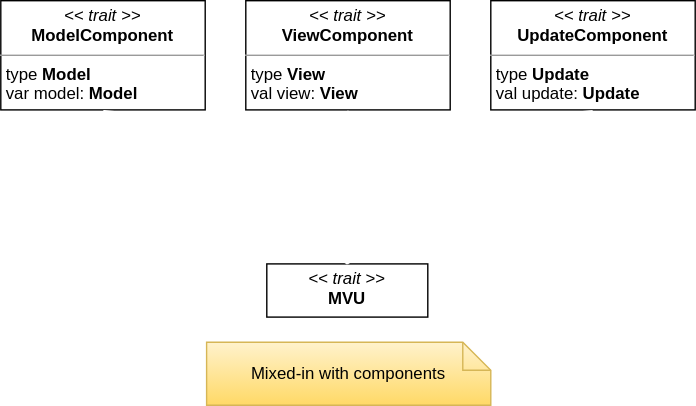
Above: doc/diagrams/mvu/mvu-detailed.svg in Mala1180/PPS-22-satify (draw.io), before the change. Source tidied: cells renumbered, new cells last; positions are measured from the earlier drawing's top-left corner, leaving out a move shared by most shapes.
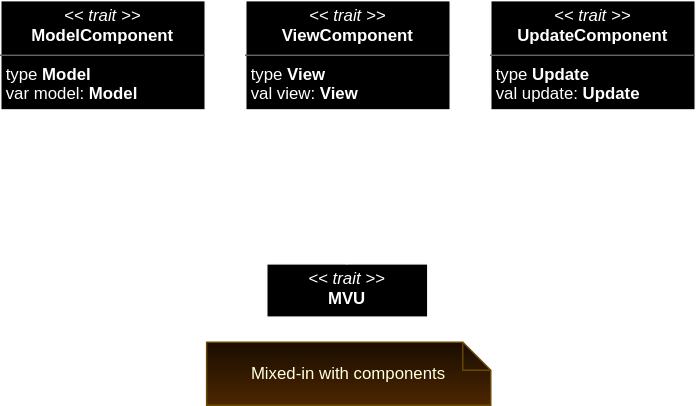
After the change.

What changed in the source:
```diff
@@ -2,28 +2,28 @@
   <root>
     <mxCell id="0" />
     <mxCell id="1" parent="0" />
-    <mxCell id="2" value="&lt;p style=&quot;margin:0px;margin-top:4px;text-align:center;&quot;&gt;&lt;i&gt;&amp;lt;&amp;lt; trait &amp;gt;&amp;gt;&lt;/i&gt;&lt;br&gt;&lt;b&gt;ModelComponent&lt;/b&gt;&lt;br&gt;&lt;/p&gt;&lt;hr size=&quot;1&quot;&gt;&lt;p style=&quot;margin:0px;margin-left:4px;&quot;&gt;type &lt;b&gt;Model&lt;/b&gt;&lt;/p&gt;&lt;p style=&quot;margin:0px;margin-left:4px;&quot;&gt;var model: &lt;b&gt;Model&lt;/b&gt;&lt;/p&gt;" style="verticalAlign=top;align=left;overflow=fill;fontSize=12;fontFamily=Helvetica;html=1;whiteSpace=wrap;rounded=0;" parent="1" vertex="1">
+    <mxCell id="2" value="&lt;p style=&quot;margin:0px;margin-top:4px;text-align:center;&quot;&gt;&lt;i&gt;&amp;lt;&amp;lt; trait &amp;gt;&amp;gt;&lt;/i&gt;&lt;br&gt;&lt;b&gt;ModelComponent&lt;/b&gt;&lt;br&gt;&lt;/p&gt;&lt;hr size=&quot;1&quot;&gt;&lt;p style=&quot;margin:0px;margin-left:4px;&quot;&gt;type &lt;b&gt;Model&lt;/b&gt;&lt;/p&gt;&lt;p style=&quot;margin:0px;margin-left:4px;&quot;&gt;var model: &lt;b&gt;Model&lt;/b&gt;&lt;/p&gt;" style="verticalAlign=top;align=left;overflow=fill;fontSize=12;fontFamily=Helvetica;html=1;whiteSpace=wrap;" parent="1" vertex="1">
       <mxGeometry width="146" height="78" as="geometry" />
     </mxCell>
-    <mxCell id="3" value="&lt;p style=&quot;margin:0px;margin-top:4px;text-align:center;&quot;&gt;&lt;i&gt;&amp;lt;&amp;lt; trait &amp;gt;&amp;gt;&lt;/i&gt;&lt;br&gt;&lt;b&gt;ViewComponent&lt;/b&gt;&lt;br&gt;&lt;/p&gt;&lt;hr size=&quot;1&quot;&gt;&lt;p style=&quot;margin:0px;margin-left:4px;&quot;&gt;type &lt;b&gt;View&lt;/b&gt;&lt;/p&gt;&lt;p style=&quot;margin:0px;margin-left:4px;&quot;&gt;val view: &lt;b&gt;View&lt;/b&gt;&lt;/p&gt;" style="verticalAlign=top;align=left;overflow=fill;fontSize=12;fontFamily=Helvetica;html=1;whiteSpace=wrap;rounded=0;" parent="1" vertex="1">
+    <mxCell id="3" value="&lt;p style=&quot;margin:0px;margin-top:4px;text-align:center;&quot;&gt;&lt;i&gt;&amp;lt;&amp;lt; trait &amp;gt;&amp;gt;&lt;/i&gt;&lt;br&gt;&lt;b&gt;ViewComponent&lt;/b&gt;&lt;br&gt;&lt;/p&gt;&lt;hr size=&quot;1&quot;&gt;&lt;p style=&quot;margin:0px;margin-left:4px;&quot;&gt;type &lt;b&gt;View&lt;/b&gt;&lt;/p&gt;&lt;p style=&quot;margin:0px;margin-left:4px;&quot;&gt;val view: &lt;b&gt;View&lt;/b&gt;&lt;/p&gt;" style="verticalAlign=top;align=left;overflow=fill;fontSize=12;fontFamily=Helvetica;html=1;whiteSpace=wrap;" parent="1" vertex="1">
       <mxGeometry x="175" width="146" height="78" as="geometry" />
     </mxCell>
-    <mxCell id="4" value="&lt;p style=&quot;margin:0px;margin-top:4px;text-align:center;&quot;&gt;&lt;i&gt;&amp;lt;&amp;lt; trait &amp;gt;&amp;gt;&lt;/i&gt;&lt;br&gt;&lt;b&gt;UpdateComponent&lt;/b&gt;&lt;br&gt;&lt;/p&gt;&lt;hr size=&quot;1&quot;&gt;&lt;p style=&quot;margin:0px;margin-left:4px;&quot;&gt;type &lt;b&gt;Update&lt;/b&gt;&lt;/p&gt;&lt;p style=&quot;margin:0px;margin-left:4px;&quot;&gt;val update: &lt;b&gt;Update&lt;/b&gt;&lt;/p&gt;" style="verticalAlign=top;align=left;overflow=fill;fontSize=12;fontFamily=Helvetica;html=1;whiteSpace=wrap;rounded=0;" parent="1" vertex="1">
+    <mxCell id="4" value="&lt;p style=&quot;margin:0px;margin-top:4px;text-align:center;&quot;&gt;&lt;i&gt;&amp;lt;&amp;lt; trait &amp;gt;&amp;gt;&lt;/i&gt;&lt;br&gt;&lt;b&gt;UpdateComponent&lt;/b&gt;&lt;br&gt;&lt;/p&gt;&lt;hr size=&quot;1&quot;&gt;&lt;p style=&quot;margin:0px;margin-left:4px;&quot;&gt;type &lt;b&gt;Update&lt;/b&gt;&lt;/p&gt;&lt;p style=&quot;margin:0px;margin-left:4px;&quot;&gt;val update: &lt;b&gt;Update&lt;/b&gt;&lt;/p&gt;" style="verticalAlign=top;align=left;overflow=fill;fontSize=12;fontFamily=Helvetica;html=1;whiteSpace=wrap;" parent="1" vertex="1">
       <mxGeometry x="350" width="146" height="78" as="geometry" />
     </mxCell>
-    <mxCell id="5" value="&lt;p style=&quot;margin:0px;margin-top:4px;text-align:center;&quot;&gt;&lt;i&gt;&amp;lt;&amp;lt; trait &amp;gt;&amp;gt;&lt;/i&gt;&lt;br&gt;&lt;b&gt;MVU&lt;/b&gt;&lt;br&gt;&lt;/p&gt;&lt;p style=&quot;margin:0px;margin-left:4px;&quot;&gt;&lt;br&gt;&lt;/p&gt;" style="verticalAlign=top;align=left;overflow=fill;fontSize=12;fontFamily=Helvetica;html=1;whiteSpace=wrap;rounded=0;" parent="1" vertex="1">
+    <mxCell id="5" value="&lt;p style=&quot;margin:0px;margin-top:4px;text-align:center;&quot;&gt;&lt;i&gt;&amp;lt;&amp;lt; trait &amp;gt;&amp;gt;&lt;/i&gt;&lt;br&gt;&lt;b&gt;MVU&lt;/b&gt;&lt;br&gt;&lt;/p&gt;&lt;p style=&quot;margin:0px;margin-left:4px;&quot;&gt;&lt;br&gt;&lt;/p&gt;" style="verticalAlign=top;align=left;overflow=fill;fontSize=12;fontFamily=Helvetica;html=1;whiteSpace=wrap;" parent="1" vertex="1">
       <mxGeometry x="190" y="188" width="115" height="38" as="geometry" />
     </mxCell>
-    <mxCell id="6" style="endArrow=block;endSize=16;endFill=0;html=1;rounded=0;exitX=0.5;exitY=0;exitDx=0;exitDy=0;entryX=0.5;entryY=1;entryDx=0;entryDy=0;fillColor=#ffe6cc;strokeColor=#FFFFFF;" parent="1" edge="1" source="5" target="3">
+    <mxCell id="6" style="endArrow=block;endSize=16;endFill=0;html=1;rounded=0;exitX=0.5;exitY=0;exitDx=0;exitDy=0;entryX=0.5;entryY=1;entryDx=0;entryDy=0;fontFamily=Helvetica;" parent="1" edge="1" source="5" target="3">
       <mxGeometry relative="1" as="geometry" />
     </mxCell>
-    <mxCell id="7" style="endArrow=block;endSize=16;endFill=0;html=1;rounded=0;entryX=0.5;entryY=1;entryDx=0;entryDy=0;exitX=0.5;exitY=0;exitDx=0;exitDy=0;fillColor=#ffe6cc;strokeColor=#FFFFFF;" parent="1" edge="1" source="5" target="2">
+    <mxCell id="7" style="endArrow=block;endSize=16;endFill=0;html=1;rounded=0;entryX=0.5;entryY=1;entryDx=0;entryDy=0;exitX=0.5;exitY=0;exitDx=0;exitDy=0;fontFamily=Helvetica;" parent="1" edge="1" source="5" target="2">
       <mxGeometry relative="1" as="geometry" />
     </mxCell>
-    <mxCell id="8" style="endArrow=block;endSize=16;endFill=0;html=1;rounded=0;entryX=0.5;entryY=1;entryDx=0;entryDy=0;exitX=0.5;exitY=0;exitDx=0;exitDy=0;fillColor=#ffe6cc;strokeColor=#FFFFFF;" parent="1" edge="1" source="5" target="4">
+    <mxCell id="8" style="endArrow=block;endSize=16;endFill=0;html=1;rounded=0;entryX=0.5;entryY=1;entryDx=0;entryDy=0;exitX=0.5;exitY=0;exitDx=0;exitDy=0;fontFamily=Helvetica;" parent="1" edge="1" source="5" target="4">
       <mxGeometry relative="1" as="geometry" />
     </mxCell>
-    <mxCell id="9" value="Mixed-in with components" style="shape=note;size=20;whiteSpace=wrap;html=1;fillColor=#fff2cc;strokeColor=#d6b656;gradientColor=#ffd966;rounded=0;" parent="1" vertex="1">
+    <mxCell id="9" value="Mixed-in with components" style="shape=note;size=20;whiteSpace=wrap;html=1;fillColor=#fff2cc;strokeColor=#d6b656;gradientColor=#ffd966;fontFamily=Helvetica;" parent="1" vertex="1">
       <mxGeometry x="147" y="244" width="203" height="45" as="geometry" />
     </mxCell>
   </root>
```
